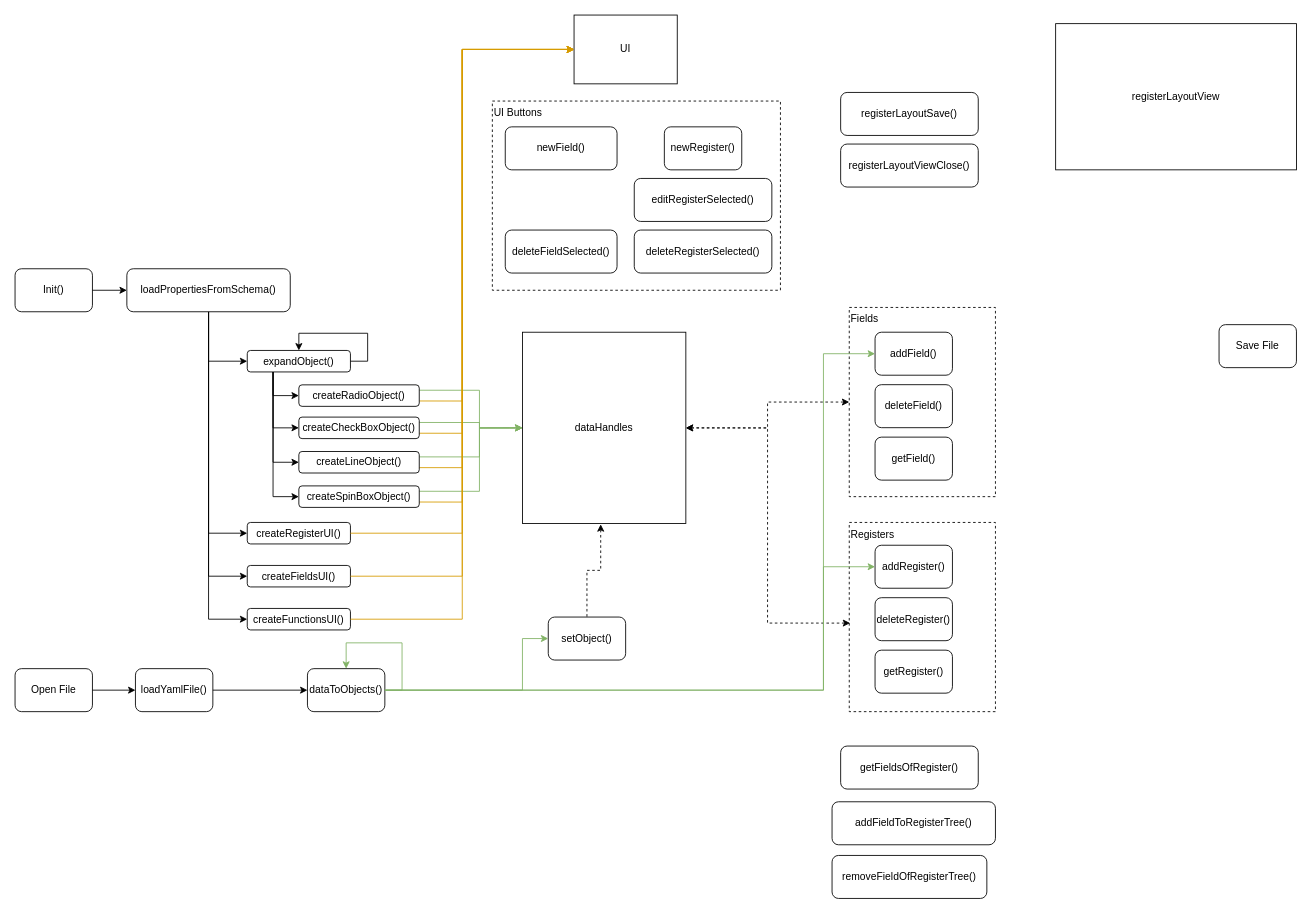
Before: doc/Architecture.drawio in polfeliu/Cyanochew, a draw.io diagram. Source tidied: cells renumbered, new cells numbered last; positions are measured from the earlier drawing's top-left corner, leaving out a move shared by most shapes. Both pictures are drawn from the tidied source at 86%, with x=0, y=0 at pixel (15, 15).
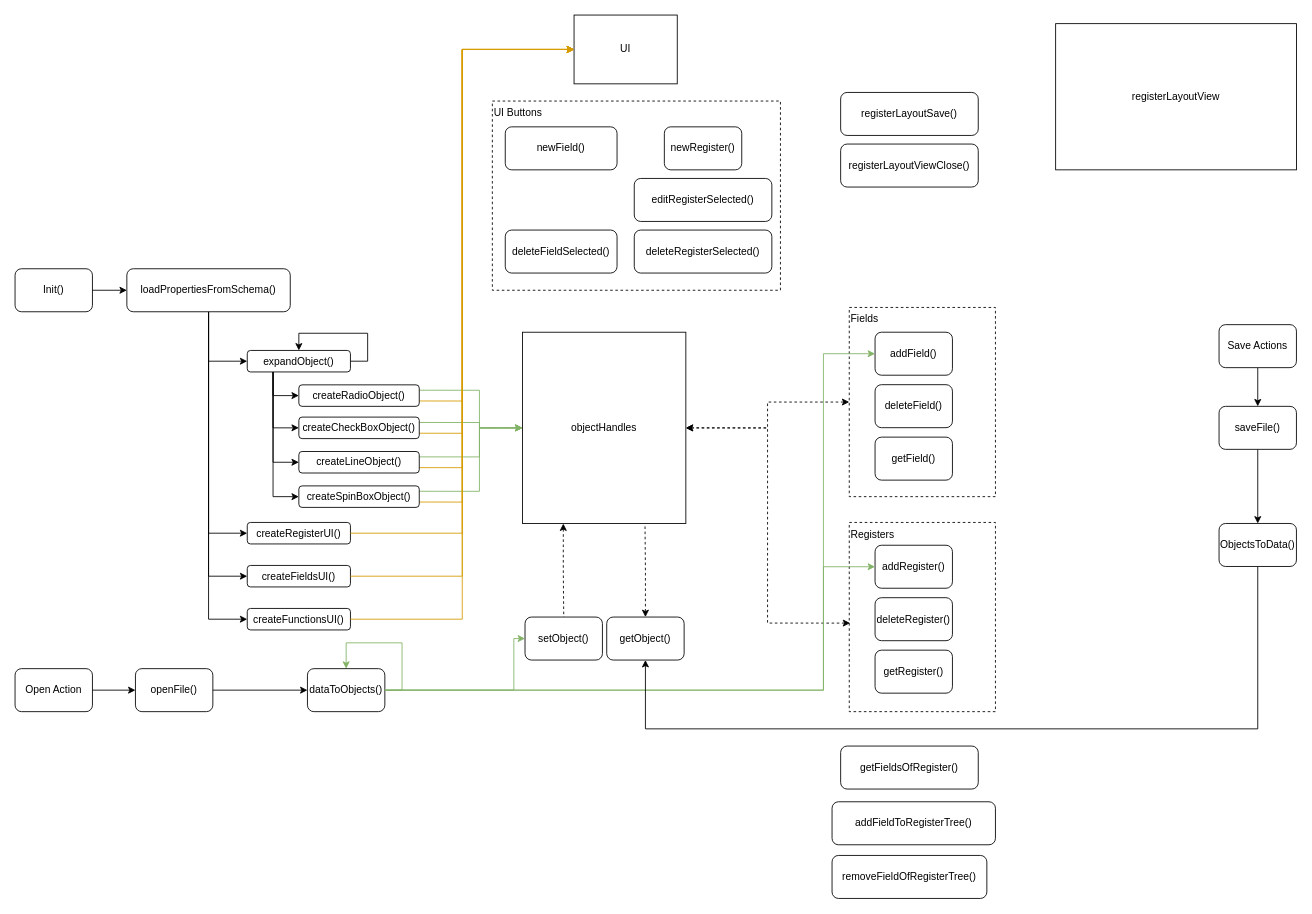
After the change.

Unchanged cells that the change refers to:
```xml
<mxCell id="40" value="dataToObjects()" style="rounded=1;whiteSpace=wrap;html=1;" parent="1" vertex="1">
  <mxGeometry x="340" y="760" width="90" height="50" as="geometry" />
</mxCell>
```

Change to the diagram source:
```diff
@@
-    <mxCell id="11" value="loadYamlFile()" style="rounded=1;whiteSpace=wrap;html=1;" parent="1" vertex="1">
+    <mxCell id="11" value="openFile()" style="rounded=1;whiteSpace=wrap;html=1;" parent="1" vertex="1">
       <mxGeometry x="140" y="760" width="90" height="50" as="geometry" />
     </mxCell>
@@
-    <mxCell id="14" value="dataHandles" style="whiteSpace=wrap;html=1;boundedLbl=1;" parent="1" vertex="1">
+    <mxCell id="14" value="objectHandles" style="whiteSpace=wrap;html=1;boundedLbl=1;" parent="1" vertex="1">
       <mxGeometry x="590" y="368.8" width="190" height="222.5" as="geometry" />
     </mxCell>
@@
-    <mxCell id="41" style="edgeStyle=orthogonalEdgeStyle;rounded=0;jettySize=auto;html=1;dashed=1;startArrow=classic;startFill=1;endArrow=none;endFill=0;exitX=0.479;exitY=1.004;exitDx=0;exitDy=0;exitPerimeter=0;" parent="1" edge="1" source="14" target="42">
+    <mxCell id="41" style="edgeStyle=orthogonalEdgeStyle;rounded=0;jettySize=auto;html=1;dashed=1;startArrow=classic;startFill=1;endArrow=none;endFill=0;exitX=0.25;exitY=1;exitDx=0;exitDy=0;" parent="1" edge="1" source="14" target="42">
       <mxGeometry relative="1" as="geometry" />
     </mxCell>
     <mxCell id="42" value="setObject()" style="rounded=1;whiteSpace=wrap;html=1;" parent="1" vertex="1">
-      <mxGeometry x="620" y="700" width="90" height="50" as="geometry" />
+      <mxGeometry x="593" y="700" width="90" height="50" as="geometry" />
     </mxCell>
@@
-    <mxCell id="47" value="Open File" style="rounded=1;whiteSpace=wrap;html=1;" parent="1" vertex="1">
+    <mxCell id="47" value="Open Action" style="rounded=1;whiteSpace=wrap;html=1;" parent="1" vertex="1">
       <mxGeometry y="760" width="90" height="50" as="geometry" />
     </mxCell>
@@
+    <mxCell id="69" style="edgeStyle=orthogonalEdgeStyle;rounded=0;jettySize=auto;html=1;entryX=0.5;entryY=0;entryDx=0;entryDy=0;" parent="1" edge="1" source="50" target="71">
+      <mxGeometry relative="1" as="geometry" />
+    </mxCell>
-    <mxCell id="50" value="Save File" style="rounded=1;whiteSpace=wrap;html=1;" parent="1" vertex="1">
+    <mxCell id="50" value="Save Actions" style="rounded=1;whiteSpace=wrap;html=1;" parent="1" vertex="1">
       <mxGeometry x="1400" y="360" width="90" height="50" as="geometry" />
     </mxCell>
@@
     <mxCell id="68" style="edgeStyle=orthogonalEdgeStyle;rounded=0;jettySize=auto;html=1;exitX=1;exitY=0.5;exitDx=0;exitDy=0;entryX=0;entryY=0.5;entryDx=0;entryDy=0;fillColor=#d5e8d4;strokeColor=#82b366;" parent="1" edge="1" source="40" target="42">
       <mxGeometry relative="1" as="geometry">
         <Array as="points">
-          <mxPoint x="590" y="785" />
+          <mxPoint x="580" y="785" />
+          <mxPoint x="580" y="725" />
         </Array>
       </mxGeometry>
     </mxCell>
+    <mxCell id="70" style="edgeStyle=orthogonalEdgeStyle;rounded=0;jettySize=auto;html=1;" parent="1" edge="1" source="71" target="73">
+      <mxGeometry relative="1" as="geometry" />
+    </mxCell>
+    <mxCell id="71" value="saveFile()" style="rounded=1;whiteSpace=wrap;html=1;" parent="1" vertex="1">
+      <mxGeometry x="1400" y="455" width="90" height="50" as="geometry" />
+    </mxCell>
+    <mxCell id="72" style="edgeStyle=orthogonalEdgeStyle;rounded=0;jettySize=auto;html=1;entryX=0.5;entryY=1;entryDx=0;entryDy=0;" parent="1" edge="1" source="73" target="74">
+      <mxGeometry relative="1" as="geometry">
+        <Array as="points">
+          <mxPoint x="1445" y="830" />
+          <mxPoint x="733" y="830" />
+        </Array>
+      </mxGeometry>
+    </mxCell>
+    <mxCell id="73" value="ObjectsToData()" style="rounded=1;whiteSpace=wrap;html=1;" parent="1" vertex="1">
+      <mxGeometry x="1400" y="591.2" width="90" height="50" as="geometry" />
+    </mxCell>
+    <mxCell id="74" value="getObject()" style="rounded=1;whiteSpace=wrap;html=1;" parent="1" vertex="1">
+      <mxGeometry x="688" y="700" width="90" height="50" as="geometry" />
+    </mxCell>
+    <mxCell id="75" style="edgeStyle=orthogonalEdgeStyle;rounded=0;jettySize=auto;html=1;dashed=1;startArrow=classic;startFill=1;endArrow=none;endFill=0;exitX=0.5;exitY=0;exitDx=0;exitDy=0;entryX=0.75;entryY=1;entryDx=0;entryDy=0;" parent="1" edge="1" source="74" target="14">
+      <mxGeometry relative="1" as="geometry" />
+    </mxCell>
```
